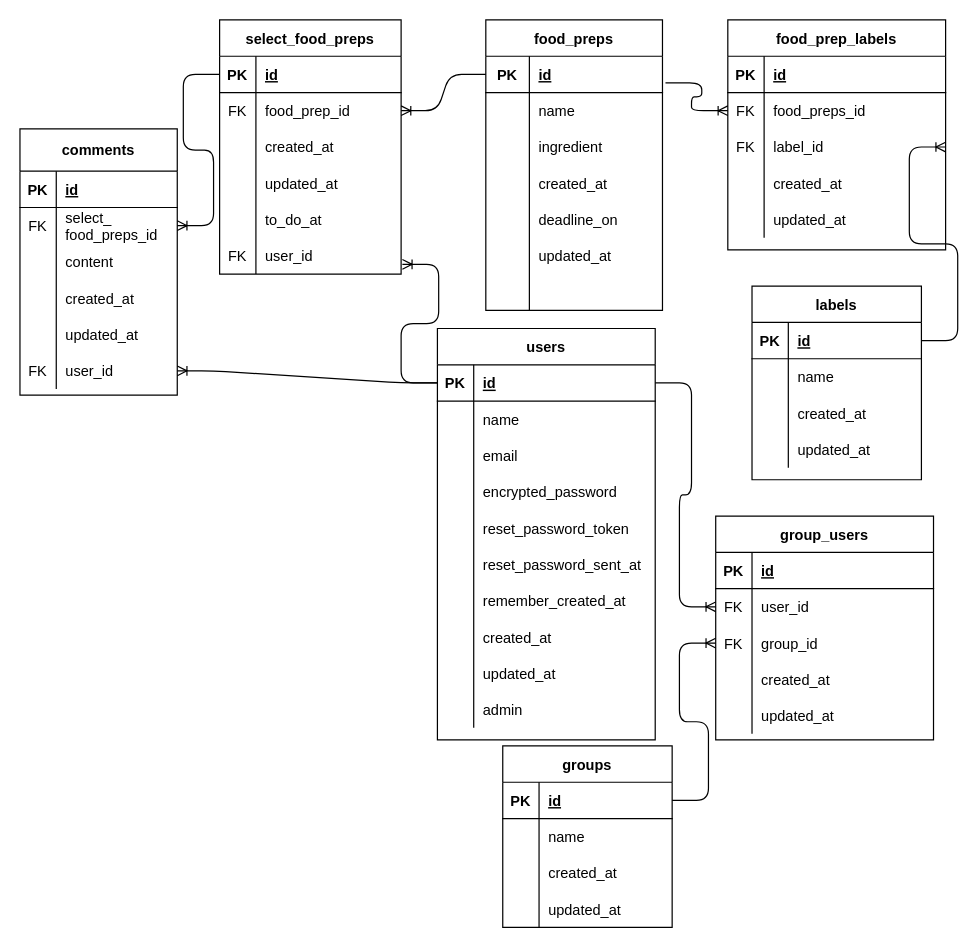
The draw.io diagram er.drawio in harufumi03/Cucina_app, before the edit. Source tidied: cells renumbered, new cells numbered last; positions are measured from the earlier drawing's top-left corner, leaving out a move shared by most shapes. Both pictures are drawn from the tidied source at 121%, with x=0, y=0 at pixel (19, 19).
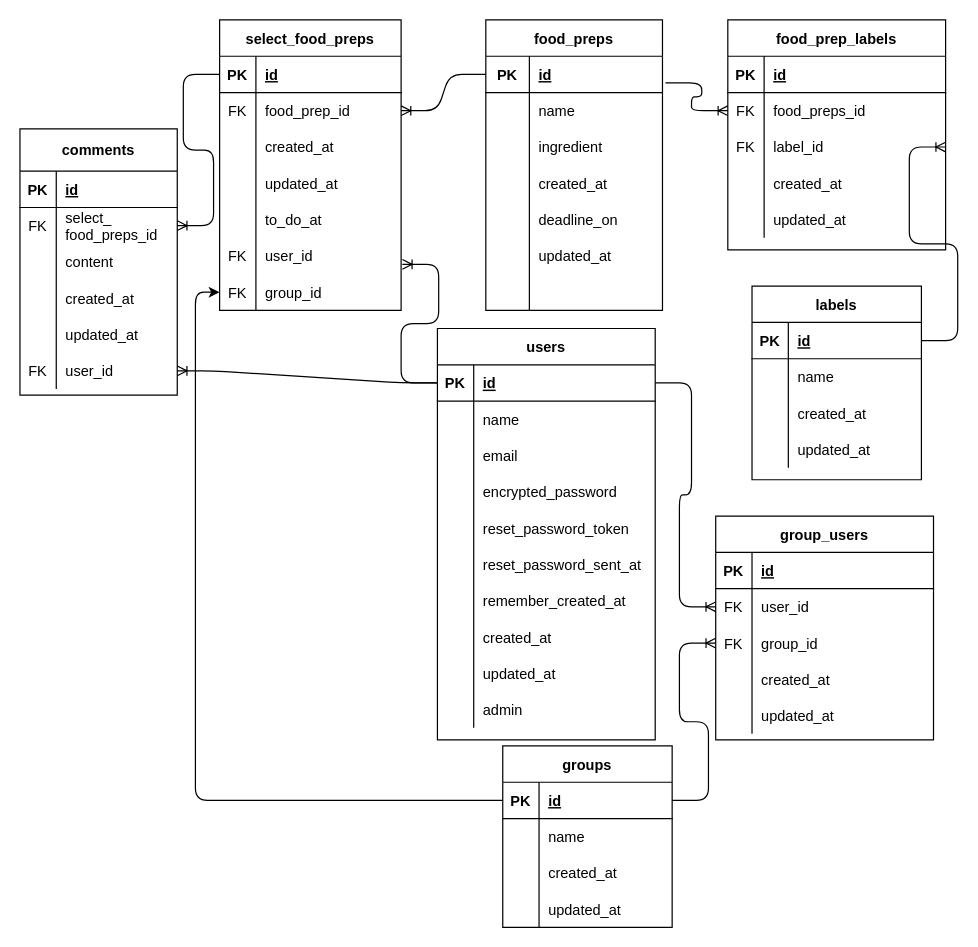
Above is the later version.

Unchanged cells that the change refers to:
```xml
<mxCell id="105" style="shape=partialRectangle;fillColor=none;top=0;left=0;bottom=1;right=0;points=[[0,0.5],[1,0.5]];portConstraint=eastwest;" parent="104" vertex="1">
  <mxGeometry y="30" width="140" height="30" as="geometry" />
</mxCell>
```

The edit, as a diff of the source:
```diff
@@
     <mxCell id="135" value="select_food_preps" style="shape=table;startSize=30;childLayout=tableLayout;rowLines=0;fontStyle=1;align=center;" parent="1" vertex="1">
-      <mxGeometry x="165" width="150" height="210" as="geometry" />
+      <mxGeometry x="165" width="150" height="240" as="geometry" />
     </mxCell>
@@
+    <mxCell id="159" style="shape=partialRectangle;fillColor=none;top=0;left=0;bottom=0;right=0;points=[[0,0.5],[1,0.5]];portConstraint=eastwest;" parent="135" vertex="1">
+      <mxGeometry y="210" width="150" height="30" as="geometry" />
+    </mxCell>
+    <mxCell id="160" value="FK" style="shape=partialRectangle;fillColor=none;top=0;left=0;bottom=0;right=0;overflow=hidden;" parent="159" vertex="1">
+      <mxGeometry width="30" height="30" as="geometry" />
+    </mxCell>
+    <mxCell id="161" value="group_id" style="shape=partialRectangle;fillColor=none;top=0;left=0;bottom=0;right=0;align=left;spacingLeft=6;overflow=hidden;" parent="159" vertex="1">
+      <mxGeometry x="30" width="120" height="30" as="geometry" />
+    </mxCell>
@@
+    <mxCell id="162" style="edgeStyle=none;html=1;exitX=0;exitY=0.5;exitDx=0;exitDy=0;entryX=0;entryY=0.5;entryDx=0;entryDy=0;" parent="1" edge="1" source="105" target="159">
+      <mxGeometry relative="1" as="geometry">
+        <Array as="points">
+          <mxPoint x="145" y="645" />
+          <mxPoint x="145" y="225" />
+        </Array>
+      </mxGeometry>
+    </mxCell>
```
